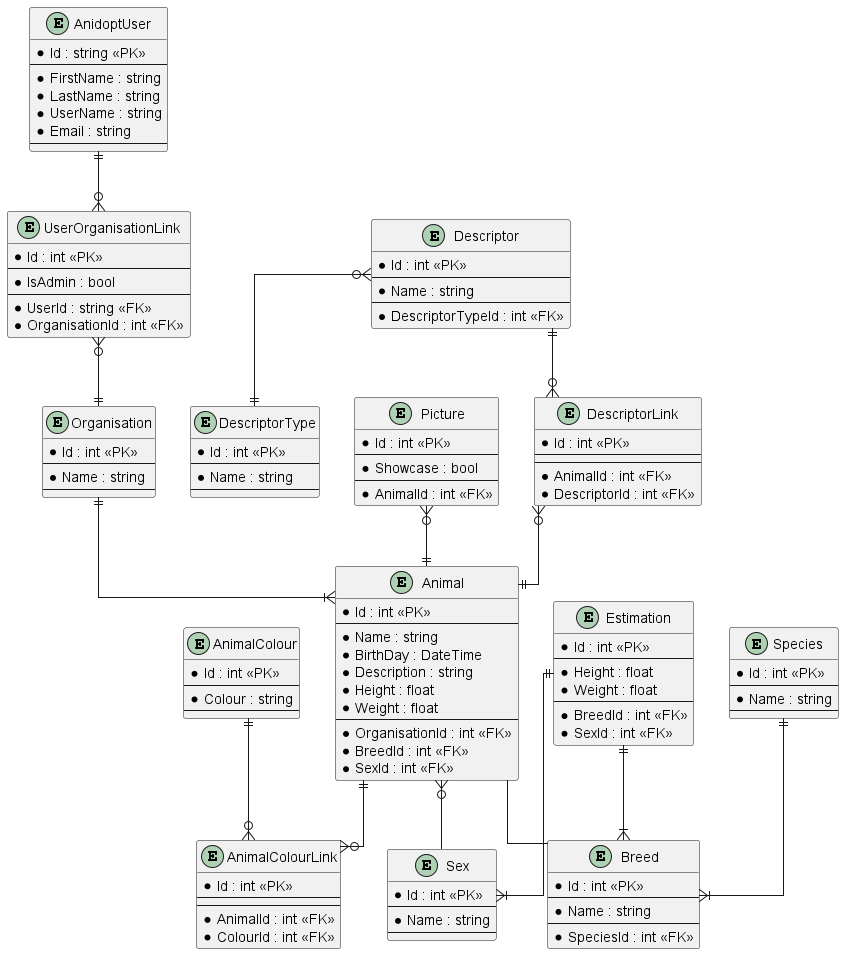
Earlier version of the PlantUML export Diagrams/db.png (aidan-bailey/Anidopt).
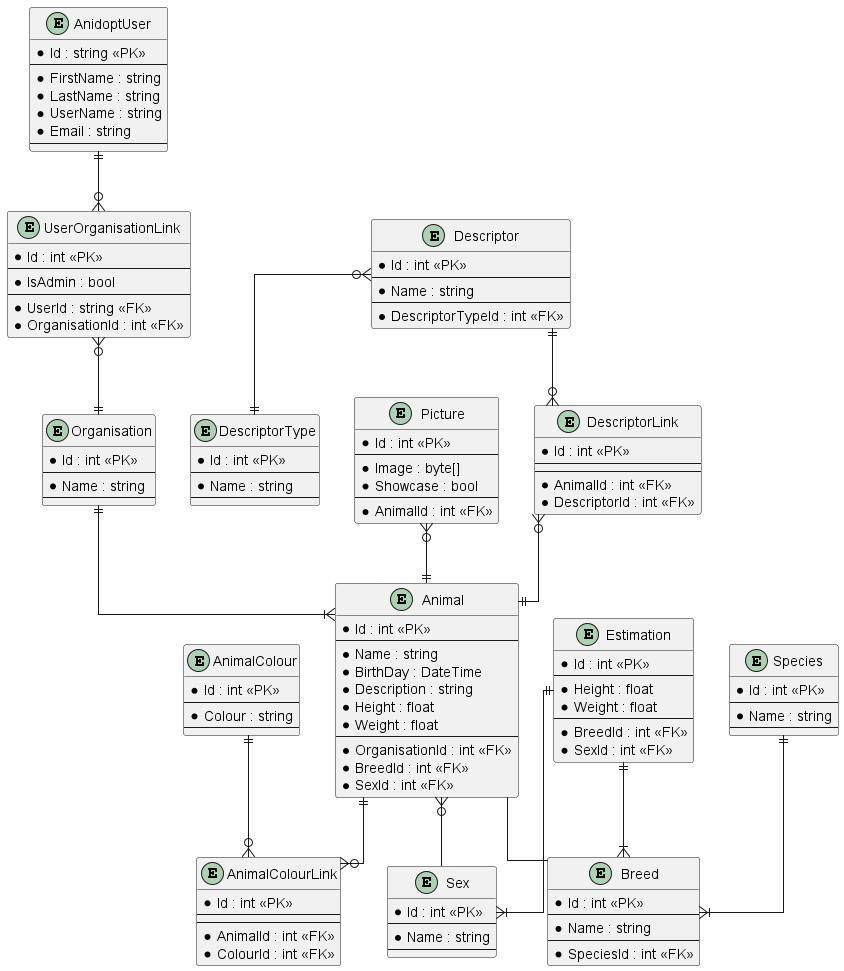
The same diagram one commit later.

Diff of the diagram source:
```diff
@@ -81,6 +81,7 @@
 entity Picture {
     *Id : int <<PK>>
     --
+    *Image : byte[]
     *Showcase : bool
     --
     *AnimalId : int <<FK>>
```
